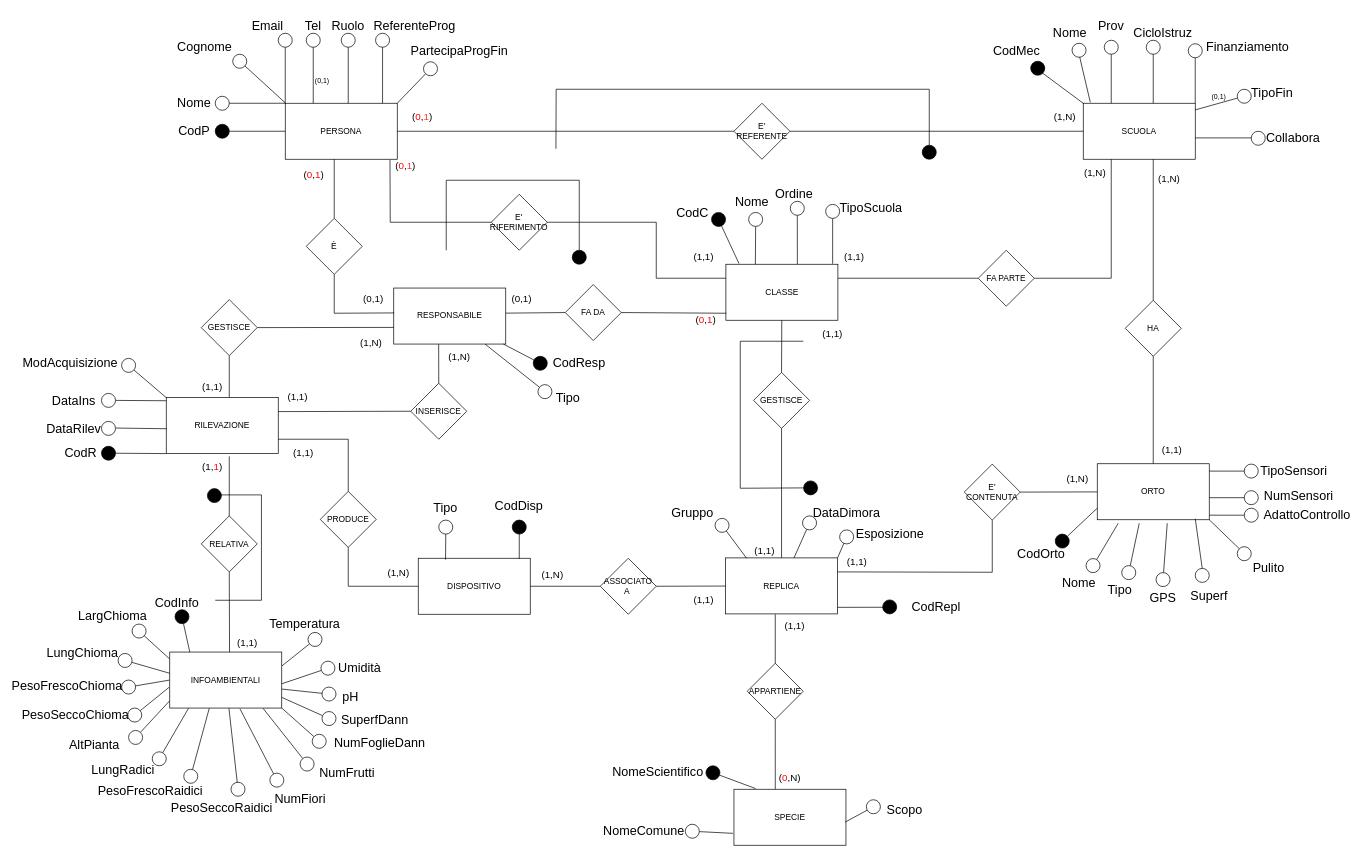
Before: BD_ER_Restructured.drawio in pizzo-kyle/unige, a draw.io diagram. Source tidied: cells renumbered, new cells numbered last; positions are measured from the earlier drawing's top-left corner, leaving out a move shared by most shapes. Both pictures are drawn from the tidied source at 70%, with x=0, y=0 at pixel (38, 12).
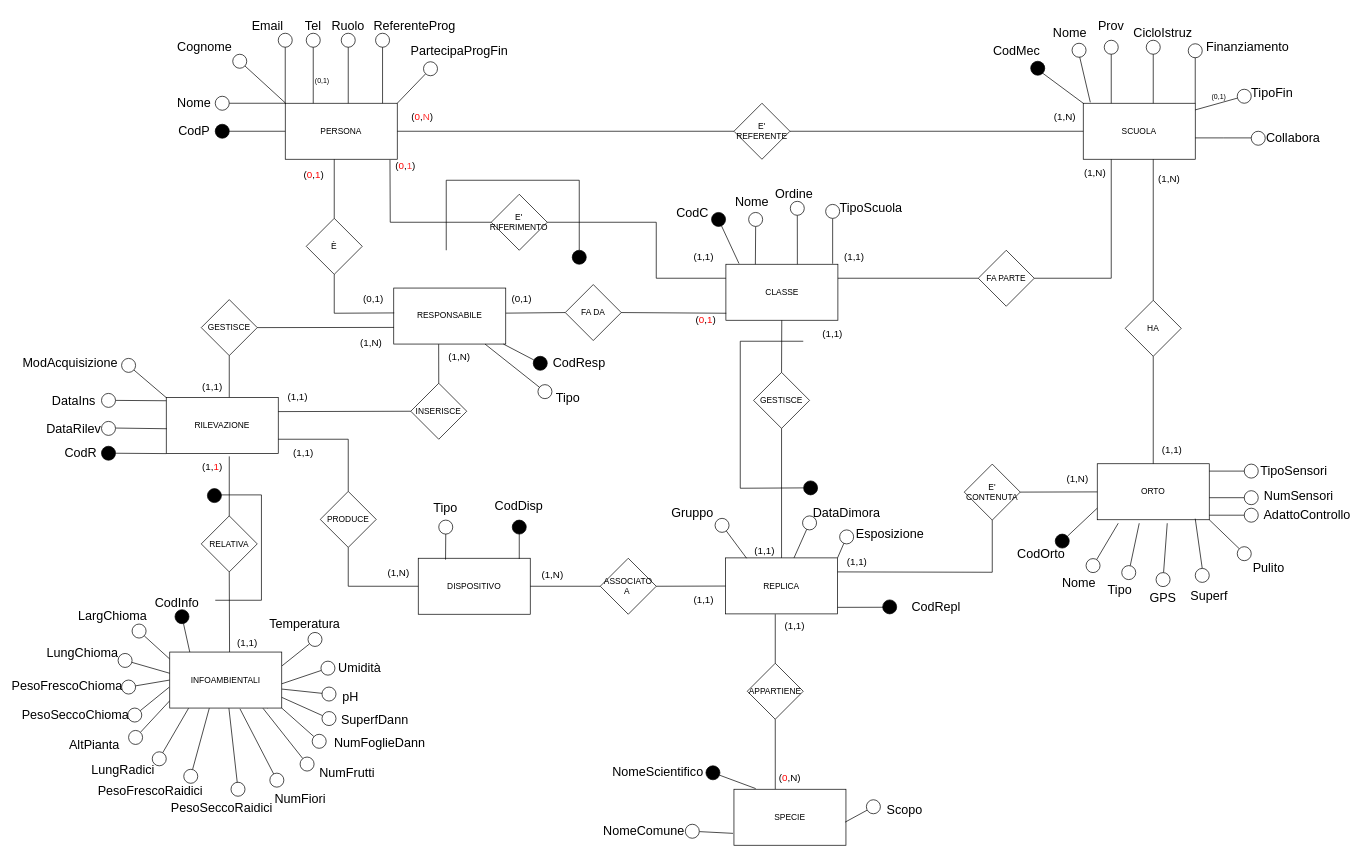
The same diagram, later.

Diff of the diagram source:
```diff
@@
-    <mxCell id="267" value="&lt;font style=&quot;font-size: 14px;&quot;&gt;(&lt;font color=&quot;#ff0000&quot;&gt;0&lt;/font&gt;,&lt;font color=&quot;#ff3333&quot;&gt;1&lt;/font&gt;)&lt;/font&gt;" style="text;html=1;strokeColor=none;fillColor=none;align=center;verticalAlign=middle;whiteSpace=wrap;rounded=0;" parent="1" vertex="1">
+    <mxCell id="267" value="&lt;font style=&quot;font-size: 14px;&quot;&gt;(&lt;font color=&quot;#ff0000&quot;&gt;0&lt;/font&gt;,&lt;font color=&quot;#ff3333&quot;&gt;N&lt;/font&gt;)&lt;/font&gt;" style="text;html=1;strokeColor=none;fillColor=none;align=center;verticalAlign=middle;whiteSpace=wrap;rounded=0;" parent="1" vertex="1">
       <mxGeometry x="525.3" y="140" width="46" height="20" as="geometry" />
     </mxCell>
-    <mxCell id="268" style="endArrow=none;html=1;rounded=0;" parent="1" edge="1" target="269">
-      <mxGeometry relative="1" as="geometry">
-        <mxPoint x="738.7" y="195" as="sourcePoint" />
-        <Array as="points">
-          <mxPoint x="739" y="110" />
-          <mxPoint x="1272" y="110" />
-        </Array>
-      </mxGeometry>
-    </mxCell>
-    <mxCell id="269" style="ellipse;whiteSpace=wrap;html=1;fillColor=#000000;direction=south;" parent="1" vertex="1">
-      <mxGeometry x="1262" y="190" width="20" height="20" as="geometry" />
-    </mxCell>
```
